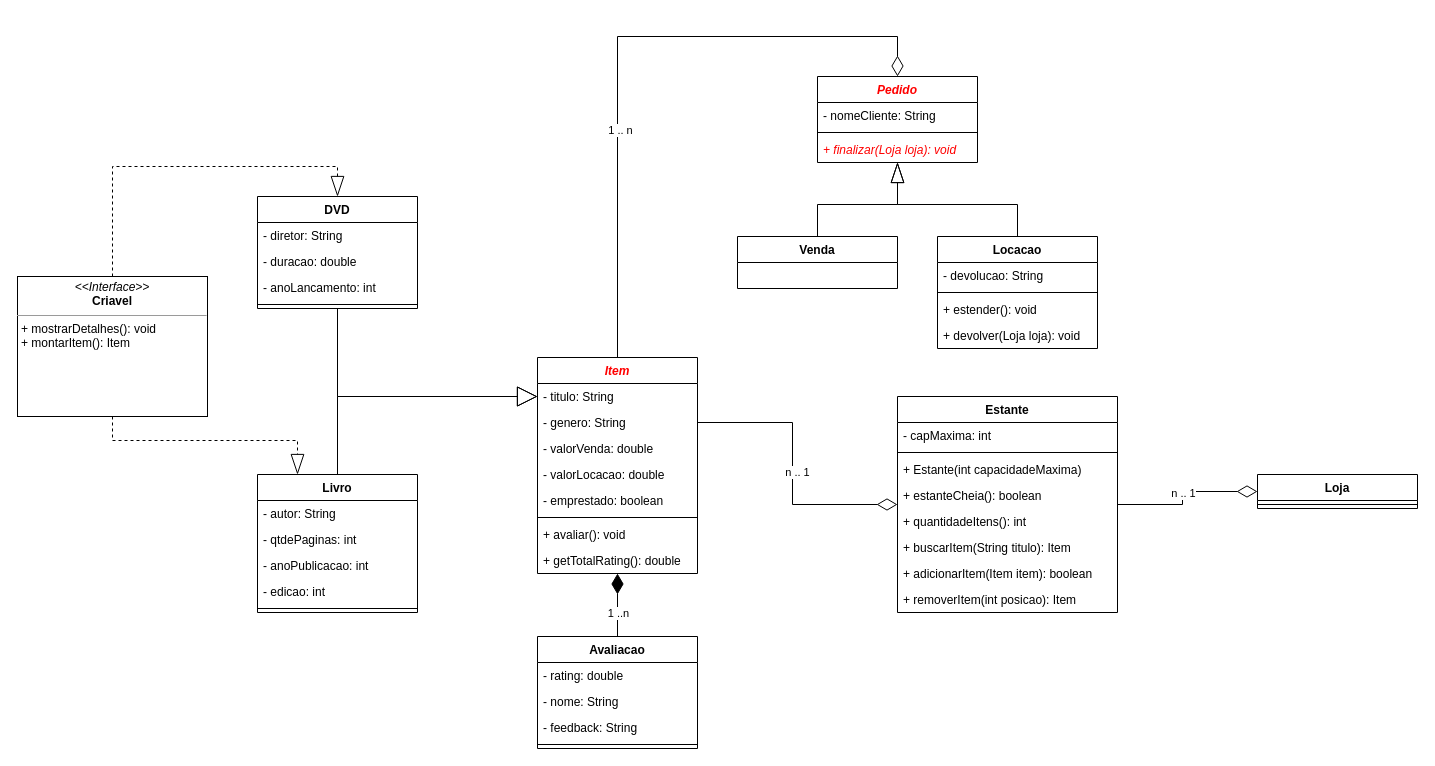
This is page "Livraria" (3 of 8) of diagramas.drawio from hannaBanannaOF/entra21-git-inicio, a draw.io file, before an edit. Source tidied: cells renumbered, new cells numbered last; positions are measured from the earlier drawing's top-left corner, leaving out a move shared by most shapes. Both pictures are drawn from the tidied source at 100%, with x=0, y=0 at pixel (17, 36).
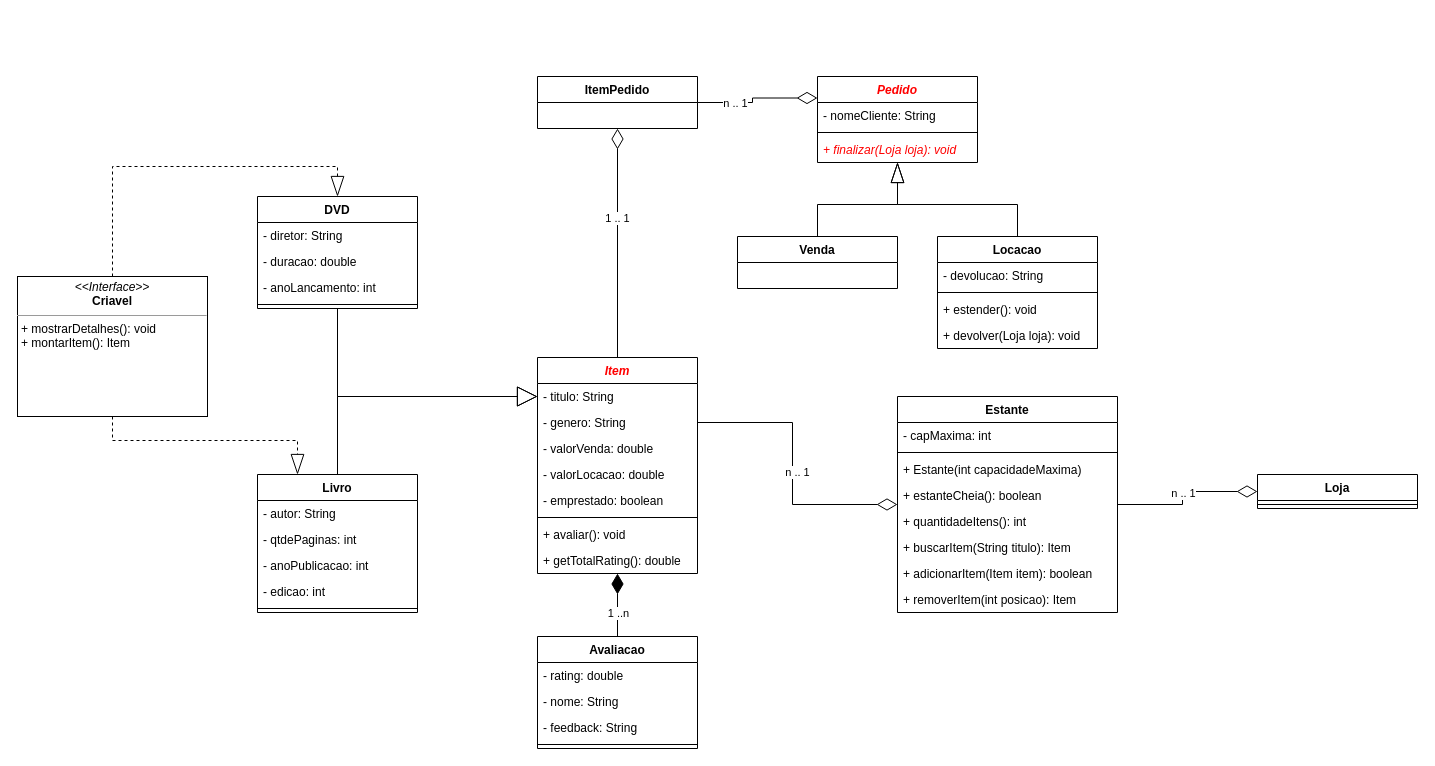
Above is the later version.

The change refers to these unchanged cells:
```xml
<mxCell id="41" value="Item" style="swimlane;fontStyle=3;align=center;verticalAlign=top;horizontal=1;startSize=26;fontColor=#FF0000;" parent="1" vertex="1">
  <mxGeometry x="520" y="321" width="160" height="216" as="geometry" />
</mxCell>
<mxCell id="59" value="Pedido" style="swimlane;fontStyle=3;align=center;verticalAlign=top;horizontal=1;startSize=26;fontColor=#FF0000;" parent="1" vertex="1">
  <mxGeometry x="800" y="40" width="160" height="86" as="geometry" />
</mxCell>
```

The edit, as a diff of the source:
```diff
@@
-    <mxCell id="15" style="edgeStyle=orthogonalEdgeStyle;rounded=0;jettySize=auto;html=1;endArrow=diamondThin;endFill=0;endSize=18;exitX=0.5;exitY=0;exitDx=0;exitDy=0;entryX=0.5;entryY=0;entryDx=0;entryDy=0;" parent="1" edge="1" source="41" target="59">
-      <mxGeometry relative="1" as="geometry">
-        <Array as="points">
-          <mxPoint x="600" />
-          <mxPoint x="880" />
-        </Array>
-      </mxGeometry>
-    </mxCell>
-    <mxCell id="16" value="1 .. n" style="edgeLabel;html=1;align=center;verticalAlign=middle;" parent="15" vertex="1">
-      <mxGeometry x="-0.29" y="-2" relative="1" as="geometry" />
-    </mxCell>
@@
+    <mxCell id="63" style="edgeStyle=orthogonalEdgeStyle;rounded=0;jettySize=auto;html=1;exitX=0.5;exitY=0;exitDx=0;exitDy=0;entryX=0.5;entryY=1;entryDx=0;entryDy=0;endArrow=diamondThin;endFill=0;endSize=18;" parent="1" edge="1" source="41" target="67">
+      <mxGeometry relative="1" as="geometry" />
+    </mxCell>
+    <mxCell id="64" value="1 .. 1" style="edgeLabel;html=1;align=center;verticalAlign=middle;" parent="63" vertex="1">
+      <mxGeometry x="0.22" y="1" relative="1" as="geometry" />
+    </mxCell>
@@
+    <mxCell id="65" style="edgeStyle=orthogonalEdgeStyle;rounded=0;jettySize=auto;html=1;exitX=1;exitY=0.5;exitDx=0;exitDy=0;entryX=0;entryY=0.25;entryDx=0;entryDy=0;endArrow=diamondThin;endFill=0;endSize=18;" parent="1" edge="1" source="67" target="59">
+      <mxGeometry relative="1" as="geometry" />
+    </mxCell>
+    <mxCell id="66" value="n .. 1" style="edgeLabel;html=1;align=center;verticalAlign=middle;" parent="65" vertex="1">
+      <mxGeometry x="-0.41" relative="1" as="geometry" />
+    </mxCell>
+    <mxCell id="67" value="ItemPedido" style="swimlane;fontStyle=1;align=center;verticalAlign=top;horizontal=1;startSize=26;" parent="1" vertex="1">
+      <mxGeometry x="520" y="40" width="160" height="52" as="geometry" />
+    </mxCell>
```
